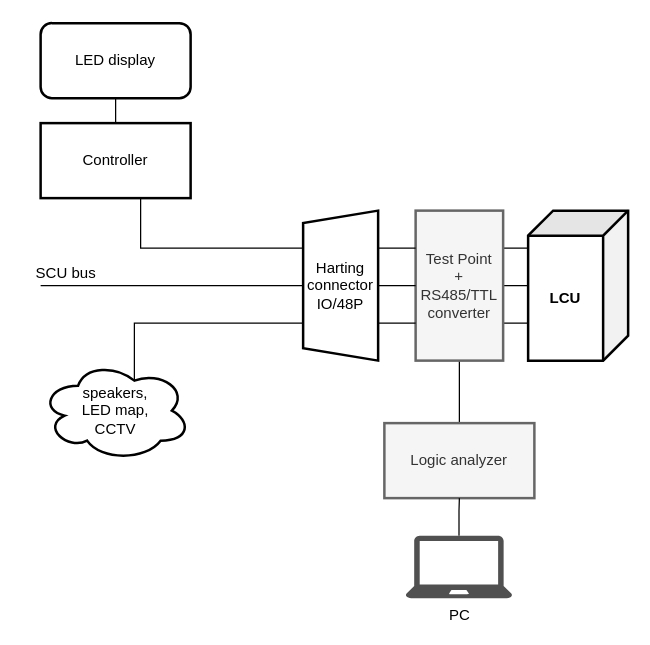
Above: Tesis/Pics/sniffingDiagram.drawio in charlieromano/PIDS (draw.io), before the change. Source tidied: cells renumbered, new cells numbered last; positions are measured from the earlier drawing's top-left corner, leaving out a move shared by most shapes. Both pictures are drawn from the tidied source at 125%, with x=0, y=0 at pixel (28, 22).
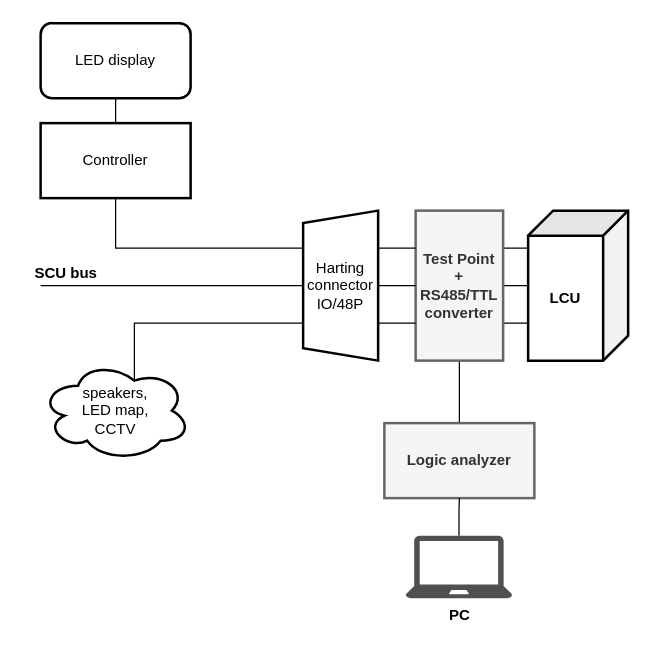
After the change.

The change refers to these unchanged cells:
```xml
<mxCell id="12" value="&lt;div&gt;Harting&lt;/div&gt;&lt;div&gt;connector&lt;/div&gt;&lt;div&gt;IO/48P&lt;br&gt;&lt;/div&gt;" style="shape=trapezoid;perimeter=trapezoidPerimeter;whiteSpace=wrap;html=1;fixedSize=1;direction=north;size=10;strokeWidth=2;" parent="1" vertex="1">
  <mxGeometry x="220" y="150" width="60" height="120" as="geometry" />
</mxCell>
<mxCell id="15" value="Controller" style="rounded=0;whiteSpace=wrap;html=1;strokeWidth=2;" parent="1" vertex="1">
  <mxGeometry x="10" y="80" width="120" height="60" as="geometry" />
</mxCell>
<mxCell id="16" value="LED display" style="rounded=1;whiteSpace=wrap;html=1;strokeWidth=2;" parent="1" vertex="1">
  <mxGeometry x="10" width="120" height="60" as="geometry" />
</mxCell>
```

Diff of the diagram source:
```diff
@@
-    <mxCell id="6" value="&lt;div&gt;Test Point&lt;/div&gt;&lt;div&gt;+&lt;/div&gt;&lt;div&gt;RS485/TTL converter&lt;br&gt;&lt;/div&gt;" style="rounded=0;whiteSpace=wrap;html=1;direction=south;strokeWidth=2;fillColor=#f5f5f5;strokeColor=#666666;fontColor=#333333;" parent="1" vertex="1">
+    <mxCell id="6" value="&lt;div&gt;Test Point&lt;/div&gt;&lt;div&gt;+&lt;/div&gt;&lt;div&gt;RS485/TTL converter&lt;br&gt;&lt;/div&gt;" style="rounded=0;whiteSpace=wrap;html=1;direction=south;strokeWidth=2;fillColor=#f5f5f5;strokeColor=#666666;fontColor=#333333;fontStyle=1;" parent="1" vertex="1">
       <mxGeometry x="310" y="150" width="70" height="120" as="geometry" />
     </mxCell>
@@
+    <mxCell id="14" style="edgeStyle=orthogonalEdgeStyle;rounded=0;jettySize=auto;html=1;exitX=0.5;exitY=0;exitDx=0;exitDy=0;entryX=0.5;entryY=1;entryDx=0;entryDy=0;endArrow=none;endFill=0;" parent="1" edge="1" source="15" target="16">
+      <mxGeometry relative="1" as="geometry" />
+    </mxCell>
-    <mxCell id="13" style="edgeStyle=orthogonalEdgeStyle;rounded=0;jettySize=auto;html=1;exitX=0.75;exitY=1;exitDx=0;exitDy=0;entryX=0.75;entryY=0;entryDx=0;entryDy=0;endArrow=none;endFill=0;" parent="1" edge="1" source="15" target="12">
-      <mxGeometry relative="1" as="geometry">
-        <Array as="points">
-          <mxPoint x="90" y="140" />
-          <mxPoint x="90" y="180" />
-        </Array>
-      </mxGeometry>
+    <mxCell id="13" style="edgeStyle=orthogonalEdgeStyle;rounded=0;jettySize=auto;html=1;exitX=0.5;exitY=1;exitDx=0;exitDy=0;entryX=0.75;entryY=0;entryDx=0;entryDy=0;endArrow=none;endFill=0;" parent="1" edge="1" source="15" target="12">
+      <mxGeometry relative="1" as="geometry" />
     </mxCell>
-    <mxCell id="14" style="edgeStyle=orthogonalEdgeStyle;rounded=0;jettySize=auto;html=1;exitX=0.5;exitY=0;exitDx=0;exitDy=0;entryX=0.5;entryY=1;entryDx=0;entryDy=0;endArrow=none;endFill=0;" parent="1" edge="1" source="15" target="16">
-      <mxGeometry relative="1" as="geometry" />
-    </mxCell>
@@
-    <mxCell id="19" value="Logic analyzer" style="rounded=0;whiteSpace=wrap;html=1;strokeWidth=2;fillColor=#f5f5f5;strokeColor=#666666;fontColor=#333333;" parent="1" vertex="1">
+    <mxCell id="19" value="Logic analyzer" style="rounded=0;whiteSpace=wrap;html=1;strokeWidth=2;fillColor=#f5f5f5;strokeColor=#666666;fontColor=#333333;fontStyle=1;" parent="1" vertex="1">
       <mxGeometry x="285" y="320" width="120" height="60" as="geometry" />
     </mxCell>
@@
-    <mxCell id="21" value="PC" style="shadow=0;dashed=0;html=1;strokeColor=none;fillColor=#505050;labelPosition=center;verticalLabelPosition=bottom;verticalAlign=top;outlineConnect=0;align=center;shape=mxgraph.office.devices.laptop;" parent="1" vertex="1">
+    <mxCell id="21" value="PC" style="shadow=0;dashed=0;html=1;strokeColor=none;fillColor=#505050;labelPosition=center;verticalLabelPosition=bottom;verticalAlign=top;outlineConnect=0;align=center;shape=mxgraph.office.devices.laptop;fontStyle=1;" parent="1" vertex="1">
       <mxGeometry x="302" y="410" width="85.3" height="50" as="geometry" />
     </mxCell>
-    <mxCell id="22" value="SCU bus" style="text;html=1;align=center;verticalAlign=middle;strokeColor=none;fillColor=none;" parent="1" vertex="1">
-      <mxGeometry y="190" width="60" height="20" as="geometry" />
+    <mxCell id="22" value="SCU bus" style="text;html=1;align=center;verticalAlign=middle;strokeColor=none;fillColor=none;fontStyle=1;" parent="1" vertex="1">
+      <mxGeometry x="-5" y="190" width="70" height="20" as="geometry" />
     </mxCell>
```
